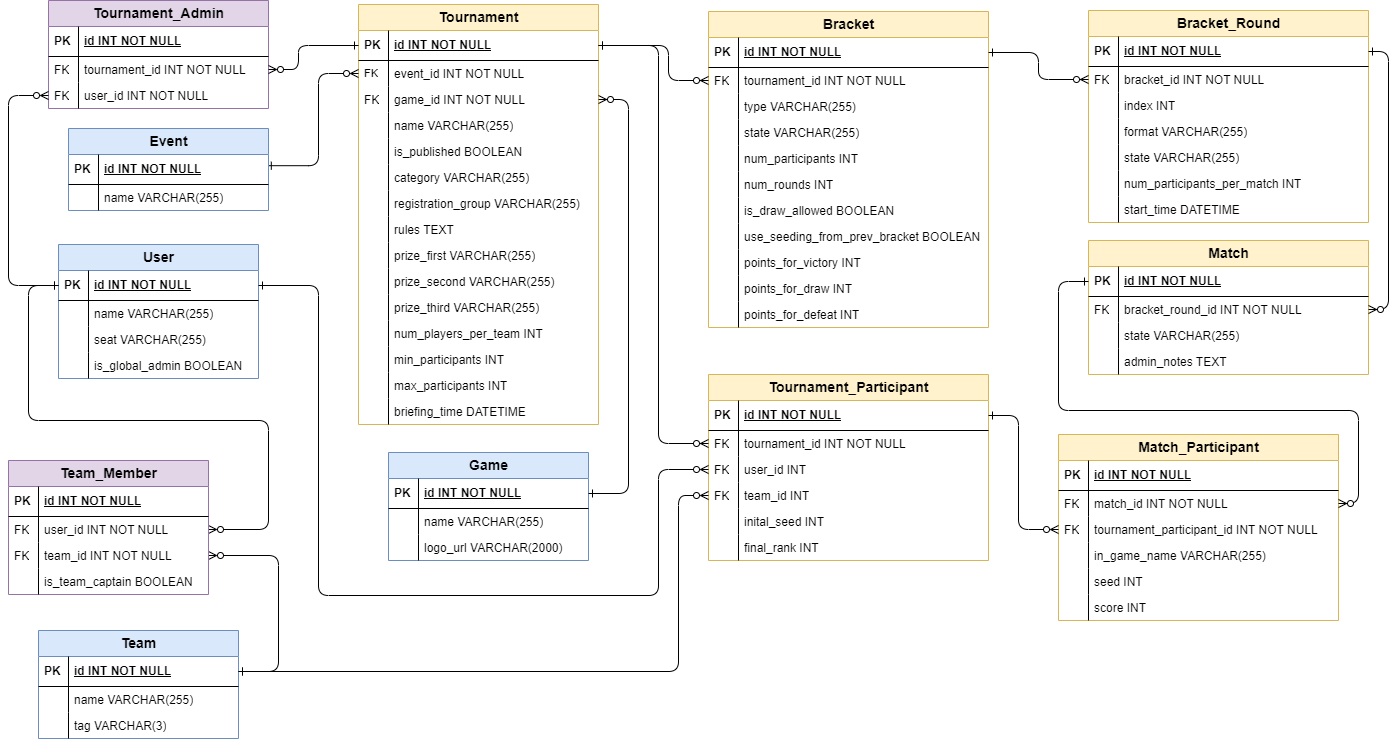
p-svacha/tournament-administration-system keeps this draw.io diagram as common/documentation/Tournament_ERD.drawio.png. Above is the earlier version. Source tidied: cells renumbered, new cells last; positions are measured from the earlier drawing's top-left corner, leaving out a move shared by most shapes.
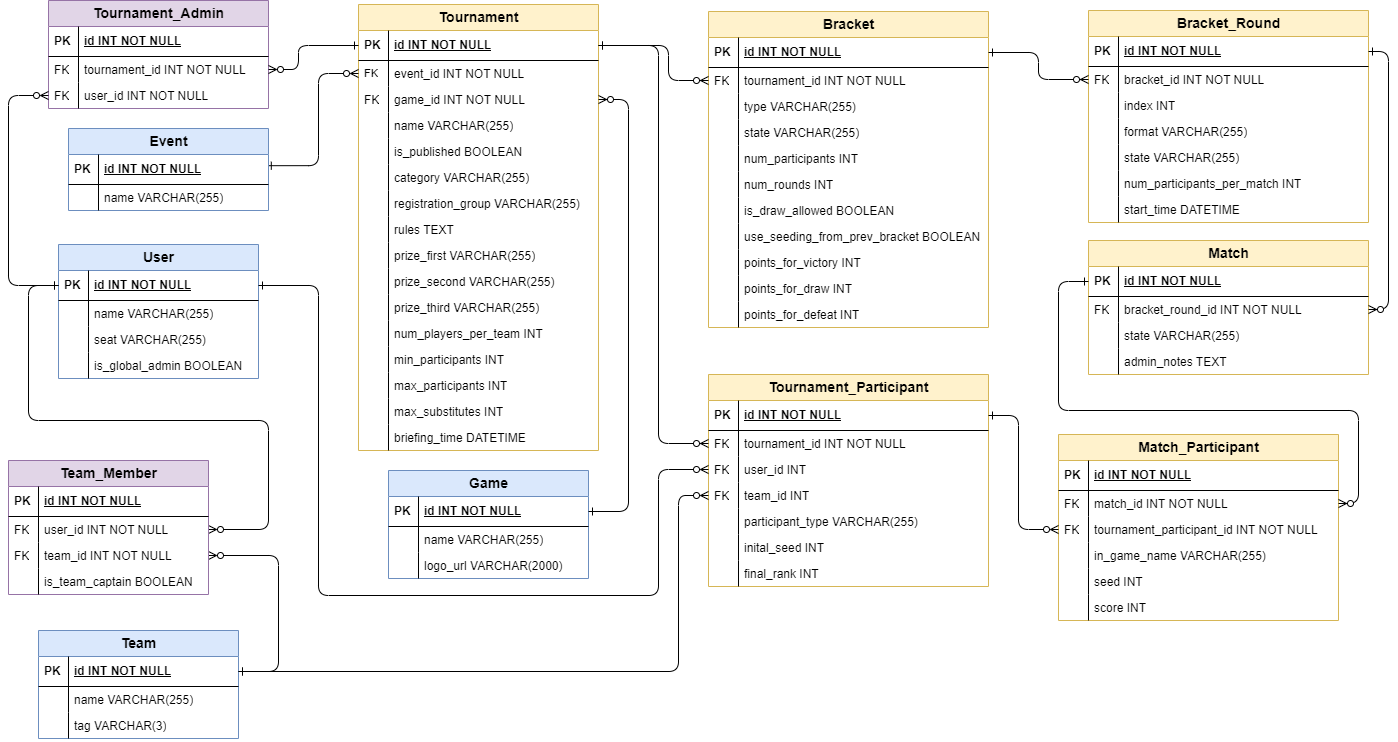
The same file after the commit.

What changed in the source:
```diff
@@ -3,7 +3,7 @@
     <mxCell id="0" />
     <mxCell id="1" parent="0" />
     <mxCell id="2" value="Tournament" style="swimlane;html=1;fontStyle=1;horizontal=1;startSize=26;fillColor=#fff2cc;swimlaneFillColor=#ffffff;align=center;rounded=0;shadow=0;comic=0;labelBackgroundColor=none;strokeWidth=1;fontFamily=Helvetica;fontSize=14;swimlaneLine=1;strokeColor=#d6b656;" parent="1" vertex="1">
-      <mxGeometry x="350" y="4" width="240" height="420" as="geometry" />
+      <mxGeometry x="350" y="4" width="240" height="446" as="geometry" />
     </mxCell>
     <mxCell id="3" value="id INT NOT NULL" style="shape=partialRectangle;top=0;left=0;right=0;bottom=1;html=1;align=left;verticalAlign=middle;fillColor=none;spacingLeft=34;spacingRight=4;whiteSpace=wrap;overflow=hidden;points=[[0,0.5],[1,0.5]];portConstraint=eastwest;fontStyle=5;" parent="2" vertex="1">
       <mxGeometry y="26" width="240" height="30" as="geometry" />
@@ -89,8 +89,14 @@
     <mxCell id="30" style="shape=partialRectangle;top=0;left=0;bottom=0;html=1;fillColor=none;align=left;verticalAlign=top;spacingLeft=4;spacingRight=4;whiteSpace=wrap;overflow=hidden;" parent="29" vertex="1">
       <mxGeometry width="30" height="26" as="geometry" />
     </mxCell>
+    <mxCell id="164" value="max_substitutes INT" style="shape=partialRectangle;top=0;left=0;right=0;bottom=0;html=1;align=left;verticalAlign=top;fillColor=none;spacingLeft=34;spacingRight=4;whiteSpace=wrap;overflow=hidden;" parent="2" vertex="1">
+      <mxGeometry y="394" width="240" height="26" as="geometry" />
+    </mxCell>
+    <mxCell id="165" style="shape=partialRectangle;top=0;left=0;bottom=0;html=1;fillColor=none;align=left;verticalAlign=top;spacingLeft=4;spacingRight=4;whiteSpace=wrap;overflow=hidden;" parent="164" vertex="1">
+      <mxGeometry width="30" height="26" as="geometry" />
+    </mxCell>
     <mxCell id="31" value="briefing_time DATETIME" style="shape=partialRectangle;top=0;left=0;right=0;bottom=0;html=1;align=left;verticalAlign=top;fillColor=none;spacingLeft=34;spacingRight=4;whiteSpace=wrap;overflow=hidden;" parent="2" vertex="1">
-      <mxGeometry y="394" width="240" height="26" as="geometry" />
+      <mxGeometry y="420" width="240" height="26" as="geometry" />
     </mxCell>
     <mxCell id="32" style="shape=partialRectangle;top=0;left=0;bottom=0;html=1;fillColor=none;align=left;verticalAlign=top;spacingLeft=4;spacingRight=4;whiteSpace=wrap;overflow=hidden;" parent="31" vertex="1">
       <mxGeometry width="30" height="26" as="geometry" />
@@ -342,7 +348,7 @@
       <mxGeometry width="30" height="26" as="geometry" />
     </mxCell>
     <mxCell id="110" value="Tournament_Participant" style="swimlane;html=1;fontStyle=1;horizontal=1;startSize=26;fillColor=#fff2cc;swimlaneFillColor=#ffffff;align=center;rounded=0;shadow=0;comic=0;labelBackgroundColor=none;strokeWidth=1;fontFamily=Helvetica;fontSize=14;strokeColor=#d6b656;" parent="1" vertex="1">
-      <mxGeometry x="700" y="374" width="280" height="186" as="geometry" />
+      <mxGeometry x="700" y="374" width="280" height="212" as="geometry" />
     </mxCell>
     <mxCell id="111" value="id INT NOT NULL" style="shape=partialRectangle;top=0;left=0;right=0;bottom=1;html=1;align=left;verticalAlign=middle;fillColor=none;spacingLeft=34;spacingRight=4;whiteSpace=wrap;overflow=hidden;points=[[0,0.5],[1,0.5]];portConstraint=eastwest;fontStyle=5;" parent="110" vertex="1">
       <mxGeometry y="26" width="280" height="30" as="geometry" />
@@ -368,14 +374,20 @@
     <mxCell id="118" value="FK" style="shape=partialRectangle;top=0;left=0;bottom=0;html=1;fillColor=none;align=left;verticalAlign=top;spacingLeft=4;spacingRight=4;whiteSpace=wrap;overflow=hidden;" parent="117" vertex="1">
       <mxGeometry width="30" height="26" as="geometry" />
     </mxCell>
-    <mxCell id="119" value="inital_seed INT" style="shape=partialRectangle;top=0;left=0;right=0;bottom=0;html=1;align=left;verticalAlign=top;fillColor=none;spacingLeft=34;spacingRight=4;whiteSpace=wrap;overflow=hidden;" parent="110" vertex="1">
+    <mxCell id="119" value="participant_type VARCHAR(255)" style="shape=partialRectangle;top=0;left=0;right=0;bottom=0;html=1;align=left;verticalAlign=top;fillColor=none;spacingLeft=34;spacingRight=4;whiteSpace=wrap;overflow=hidden;" parent="110" vertex="1">
       <mxGeometry y="134" width="280" height="26" as="geometry" />
     </mxCell>
     <mxCell id="120" style="shape=partialRectangle;top=0;left=0;bottom=0;html=1;fillColor=none;align=left;verticalAlign=top;spacingLeft=4;spacingRight=4;whiteSpace=wrap;overflow=hidden;" parent="119" vertex="1">
       <mxGeometry width="30" height="26" as="geometry" />
     </mxCell>
+    <mxCell id="166" value="inital_seed INT" style="shape=partialRectangle;top=0;left=0;right=0;bottom=0;html=1;align=left;verticalAlign=top;fillColor=none;spacingLeft=34;spacingRight=4;whiteSpace=wrap;overflow=hidden;" parent="110" vertex="1">
+      <mxGeometry y="160" width="280" height="26" as="geometry" />
+    </mxCell>
+    <mxCell id="167" style="shape=partialRectangle;top=0;left=0;bottom=0;html=1;fillColor=none;align=left;verticalAlign=top;spacingLeft=4;spacingRight=4;whiteSpace=wrap;overflow=hidden;" parent="166" vertex="1">
+      <mxGeometry width="30" height="26" as="geometry" />
+    </mxCell>
     <mxCell id="121" value="final_rank INT" style="shape=partialRectangle;top=0;left=0;right=0;bottom=0;html=1;align=left;verticalAlign=top;fillColor=none;spacingLeft=34;spacingRight=4;whiteSpace=wrap;overflow=hidden;" parent="110" vertex="1">
-      <mxGeometry y="160" width="280" height="26" as="geometry" />
+      <mxGeometry y="186" width="280" height="26" as="geometry" />
     </mxCell>
     <mxCell id="122" style="shape=partialRectangle;top=0;left=0;bottom=0;html=1;fillColor=none;align=left;verticalAlign=top;spacingLeft=4;spacingRight=4;whiteSpace=wrap;overflow=hidden;" parent="121" vertex="1">
       <mxGeometry width="30" height="26" as="geometry" />
@@ -472,7 +484,7 @@
       </mxGeometry>
     </mxCell>
     <mxCell id="138" value="Game" style="swimlane;html=1;fontStyle=1;horizontal=1;startSize=26;fillColor=#dae8fc;swimlaneFillColor=#ffffff;align=center;rounded=0;shadow=0;comic=0;labelBackgroundColor=none;strokeWidth=1;fontFamily=Helvetica;fontSize=14;strokeColor=#6c8ebf;" parent="1" vertex="1">
-      <mxGeometry x="380" y="452" width="200" height="108" as="geometry" />
+      <mxGeometry x="380" y="470" width="200" height="108" as="geometry" />
     </mxCell>
     <mxCell id="139" value="id INT NOT NULL" style="shape=partialRectangle;top=0;left=0;right=0;bottom=1;html=1;align=left;verticalAlign=middle;fillColor=none;spacingLeft=34;spacingRight=4;whiteSpace=wrap;overflow=hidden;points=[[0,0.5],[1,0.5]];portConstraint=eastwest;fontStyle=5;" parent="138" vertex="1">
       <mxGeometry y="26" width="200" height="30" as="geometry" />
@@ -495,7 +507,7 @@
     <mxCell id="145" style="edgeStyle=orthogonalEdgeStyle;html=1;endArrow=ERzeroToMany;startArrow=ERone;labelBackgroundColor=none;fontFamily=Verdana;fontSize=14;startFill=0;entryX=1;entryY=0.5;entryDx=0;entryDy=0;exitX=1;exitY=0.5;exitDx=0;exitDy=0;" parent="1" edge="1" source="139" target="7">
       <mxGeometry relative="1" as="geometry">
         <Array as="points">
-          <mxPoint x="620" y="493" />
+          <mxPoint x="620" y="511" />
           <mxPoint x="620" y="99" />
         </Array>
       </mxGeometry>
```
